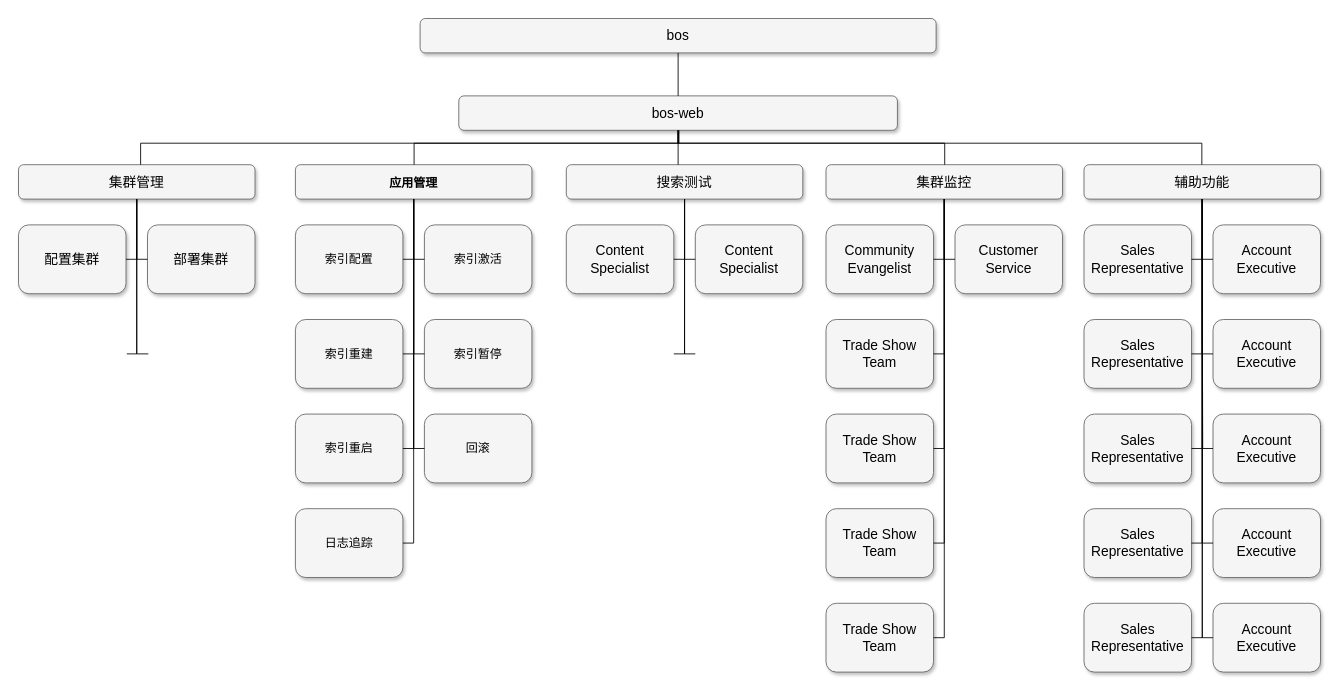
Above: bos功能树use.drawio in yindongjun/drawio-3 (draw.io), before the change. Source tidied: cells renumbered, new cells numbered last; positions are measured from the earlier drawing's top-left corner, leaving out a move shared by most shapes. Both pictures are drawn from the tidied source at 86%, with x=0, y=0 at pixel (18, 18).
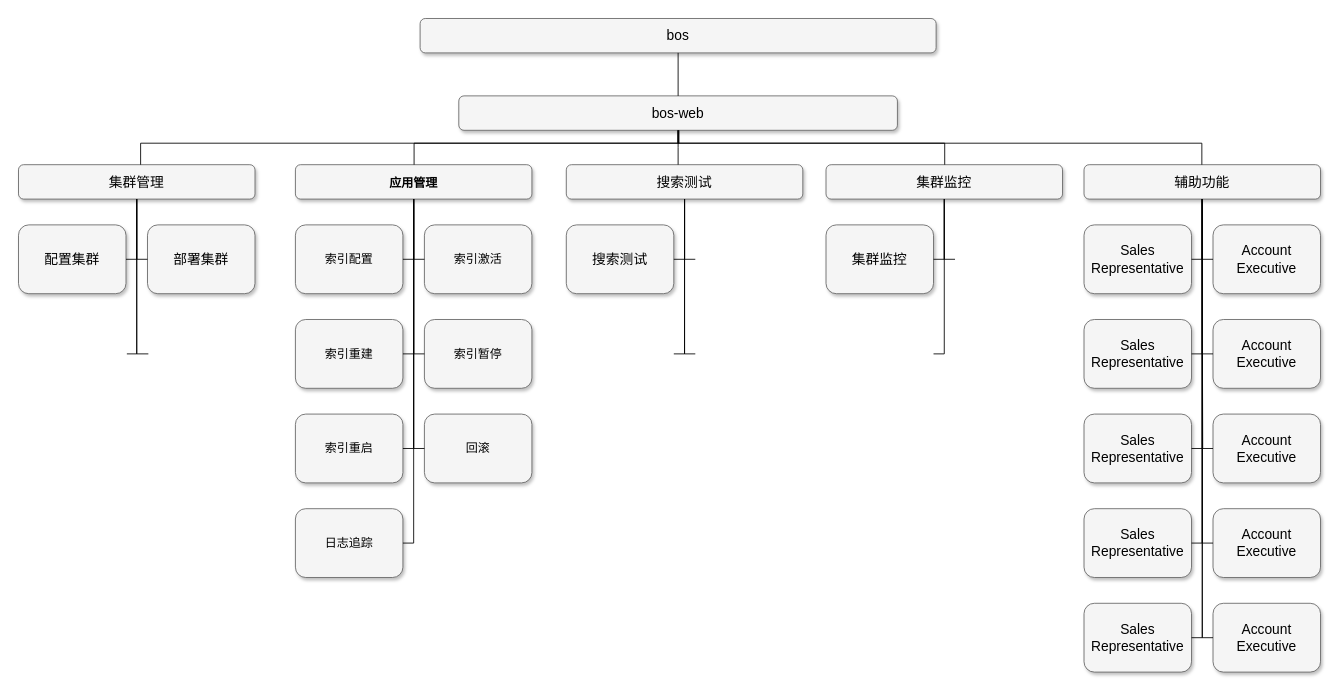
The same diagram, later.

The change refers to these unchanged cells:
```xml
<mxCell id="5" value="搜索测试" style="whiteSpace=wrap;html=1;rounded=1;shadow=1;strokeWidth=1;fontSize=16;align=center;fillColor=#f5f5f5;strokeColor=#666666;" parent="1" vertex="1">
  <mxGeometry x="637" y="170" width="275" height="40" as="geometry" />
</mxCell>
<mxCell id="7" value="集群监控" style="whiteSpace=wrap;html=1;rounded=1;shadow=1;strokeWidth=1;fontSize=16;align=center;fillColor=#f5f5f5;strokeColor=#666666;" parent="1" vertex="1">
  <mxGeometry x="939" y="170" width="275" height="40" as="geometry" />
</mxCell>
```

What changed in the source:
```diff
@@
-    <mxCell id="11" value="Content Specialist" style="whiteSpace=wrap;html=1;rounded=1;shadow=1;strokeWidth=1;fontSize=16;align=center;fillColor=#f5f5f5;strokeColor=#666666;" parent="1" vertex="1">
+    <mxCell id="11" value="搜索测试" style="whiteSpace=wrap;html=1;rounded=1;shadow=1;strokeWidth=1;fontSize=16;align=center;fillColor=#f5f5f5;strokeColor=#666666;" parent="1" vertex="1">
       <mxGeometry x="637" y="240" width="125" height="80" as="geometry" />
     </mxCell>
-    <mxCell id="12" value="&lt;span&gt;Content Specialist&lt;/span&gt;" style="whiteSpace=wrap;html=1;rounded=1;shadow=1;strokeWidth=1;fontSize=16;align=center;fillColor=#f5f5f5;strokeColor=#666666;" parent="1" vertex="1">
-      <mxGeometry x="787" y="240" width="125" height="80" as="geometry" />
-    </mxCell>
@@
-    <mxCell id="15" value="Community Evangelist" style="whiteSpace=wrap;html=1;rounded=1;shadow=1;strokeWidth=1;fontSize=16;align=center;fillColor=#f5f5f5;strokeColor=#666666;" parent="1" vertex="1">
+    <mxCell id="15" value="集群监控" style="whiteSpace=wrap;html=1;rounded=1;shadow=1;strokeWidth=1;fontSize=16;align=center;fillColor=#f5f5f5;strokeColor=#666666;" parent="1" vertex="1">
       <mxGeometry x="939" y="240" width="125" height="80" as="geometry" />
     </mxCell>
-    <mxCell id="16" value="Customer Service" style="whiteSpace=wrap;html=1;rounded=1;shadow=1;strokeWidth=1;fontSize=16;align=center;fillColor=#f5f5f5;strokeColor=#666666;" parent="1" vertex="1">
-      <mxGeometry x="1089" y="240" width="125" height="80" as="geometry" />
-    </mxCell>
@@
-    <mxCell id="21" value="Trade Show Team" style="whiteSpace=wrap;html=1;rounded=1;shadow=1;strokeWidth=1;fontSize=16;align=center;fillColor=#f5f5f5;strokeColor=#666666;" parent="1" vertex="1">
-      <mxGeometry x="939" y="350" width="125" height="80" as="geometry" />
-    </mxCell>
@@
-    <mxCell id="25" value="&lt;span&gt;Trade Show Team&lt;/span&gt;" style="whiteSpace=wrap;html=1;rounded=1;shadow=1;strokeWidth=1;fontSize=16;align=center;fillColor=#f5f5f5;strokeColor=#666666;" parent="1" vertex="1">
-      <mxGeometry x="939" y="460" width="125" height="80" as="geometry" />
-    </mxCell>
@@
-    <mxCell id="29" value="&lt;span&gt;Trade Show Team&lt;/span&gt;" style="whiteSpace=wrap;html=1;rounded=1;shadow=1;strokeWidth=1;fontSize=16;align=center;fillColor=#f5f5f5;strokeColor=#666666;" parent="1" vertex="1">
-      <mxGeometry x="939" y="570" width="125" height="80" as="geometry" />
-    </mxCell>
@@
-    <mxCell id="34" value="&lt;span&gt;Trade Show Team&lt;/span&gt;" style="whiteSpace=wrap;html=1;rounded=1;shadow=1;strokeWidth=1;fontSize=16;align=center;fillColor=#f5f5f5;strokeColor=#666666;" parent="1" vertex="1">
-      <mxGeometry x="939" y="680" width="125" height="80" as="geometry" />
-    </mxCell>
@@
-    <mxCell id="51" style="edgeStyle=orthogonalEdgeStyle;html=1;startSize=6;endFill=0;endSize=6;strokeWidth=1;fontSize=16;rounded=0;endArrow=none;entryX=0;entryY=0.5;" parent="1" edge="1" source="5" target="12">
+    <mxCell id="51" style="edgeStyle=orthogonalEdgeStyle;html=1;startSize=6;endFill=0;endSize=6;strokeWidth=1;fontSize=16;rounded=0;endArrow=none;entryX=0;entryY=0.5;" parent="1" edge="1" source="5">
       <mxGeometry relative="1" as="geometry">
+        <mxPoint x="787" y="280" as="targetPoint" />
         <Array as="points">
           <mxPoint x="774" y="280" />
         </Array>
       </mxGeometry>
     </mxCell>
@@
-    <mxCell id="58" style="edgeStyle=orthogonalEdgeStyle;html=1;startSize=6;endFill=0;endSize=6;strokeWidth=1;fontSize=16;rounded=0;endArrow=none;entryX=0;entryY=0.5;" parent="1" edge="1" source="7" target="16">
+    <mxCell id="58" style="edgeStyle=orthogonalEdgeStyle;html=1;startSize=6;endFill=0;endSize=6;strokeWidth=1;fontSize=16;rounded=0;endArrow=none;entryX=0;entryY=0.5;" parent="1" edge="1" source="7">
       <mxGeometry relative="1" as="geometry">
+        <mxPoint x="1089" y="280" as="targetPoint" />
         <Array as="points">
           <mxPoint x="1077" y="280" />
         </Array>
       </mxGeometry>
     </mxCell>
-    <mxCell id="59" style="edgeStyle=orthogonalEdgeStyle;html=1;startSize=6;endFill=0;endSize=6;strokeWidth=1;fontSize=16;rounded=0;endArrow=none;entryX=1;entryY=0.5;" parent="1" edge="1" source="7" target="21">
+    <mxCell id="59" style="edgeStyle=orthogonalEdgeStyle;html=1;startSize=6;endFill=0;endSize=6;strokeWidth=1;fontSize=16;rounded=0;endArrow=none;entryX=1;entryY=0.5;" parent="1" edge="1" source="7">
       <mxGeometry relative="1" as="geometry">
+        <mxPoint x="1064" y="390" as="targetPoint" />
         <Array as="points">
           <mxPoint x="1077" y="390" />
         </Array>
       </mxGeometry>
     </mxCell>
-    <mxCell id="60" style="edgeStyle=orthogonalEdgeStyle;html=1;startSize=6;endFill=0;endSize=6;strokeWidth=1;fontSize=16;rounded=0;endArrow=none;entryX=1;entryY=0.5;" parent="1" edge="1" source="7" target="25">
-      <mxGeometry relative="1" as="geometry">
-        <Array as="points">
-          <mxPoint x="1077" y="500" />
-        </Array>
-      </mxGeometry>
-    </mxCell>
-    <mxCell id="61" style="edgeStyle=orthogonalEdgeStyle;html=1;startSize=6;endFill=0;endSize=6;strokeWidth=1;fontSize=16;rounded=0;endArrow=none;entryX=1;entryY=0.5;" parent="1" edge="1" source="7" target="29">
-      <mxGeometry relative="1" as="geometry">
-        <Array as="points">
-          <mxPoint x="1077" y="610" />
-        </Array>
-      </mxGeometry>
-    </mxCell>
-    <mxCell id="62" style="edgeStyle=orthogonalEdgeStyle;html=1;startSize=6;endFill=0;endSize=6;strokeWidth=1;fontSize=16;rounded=0;endArrow=none;entryX=1;entryY=0.5;" parent="1" edge="1" source="7" target="34">
-      <mxGeometry relative="1" as="geometry">
-        <Array as="points">
-          <mxPoint x="1077" y="720" />
-        </Array>
-      </mxGeometry>
-    </mxCell>
```
